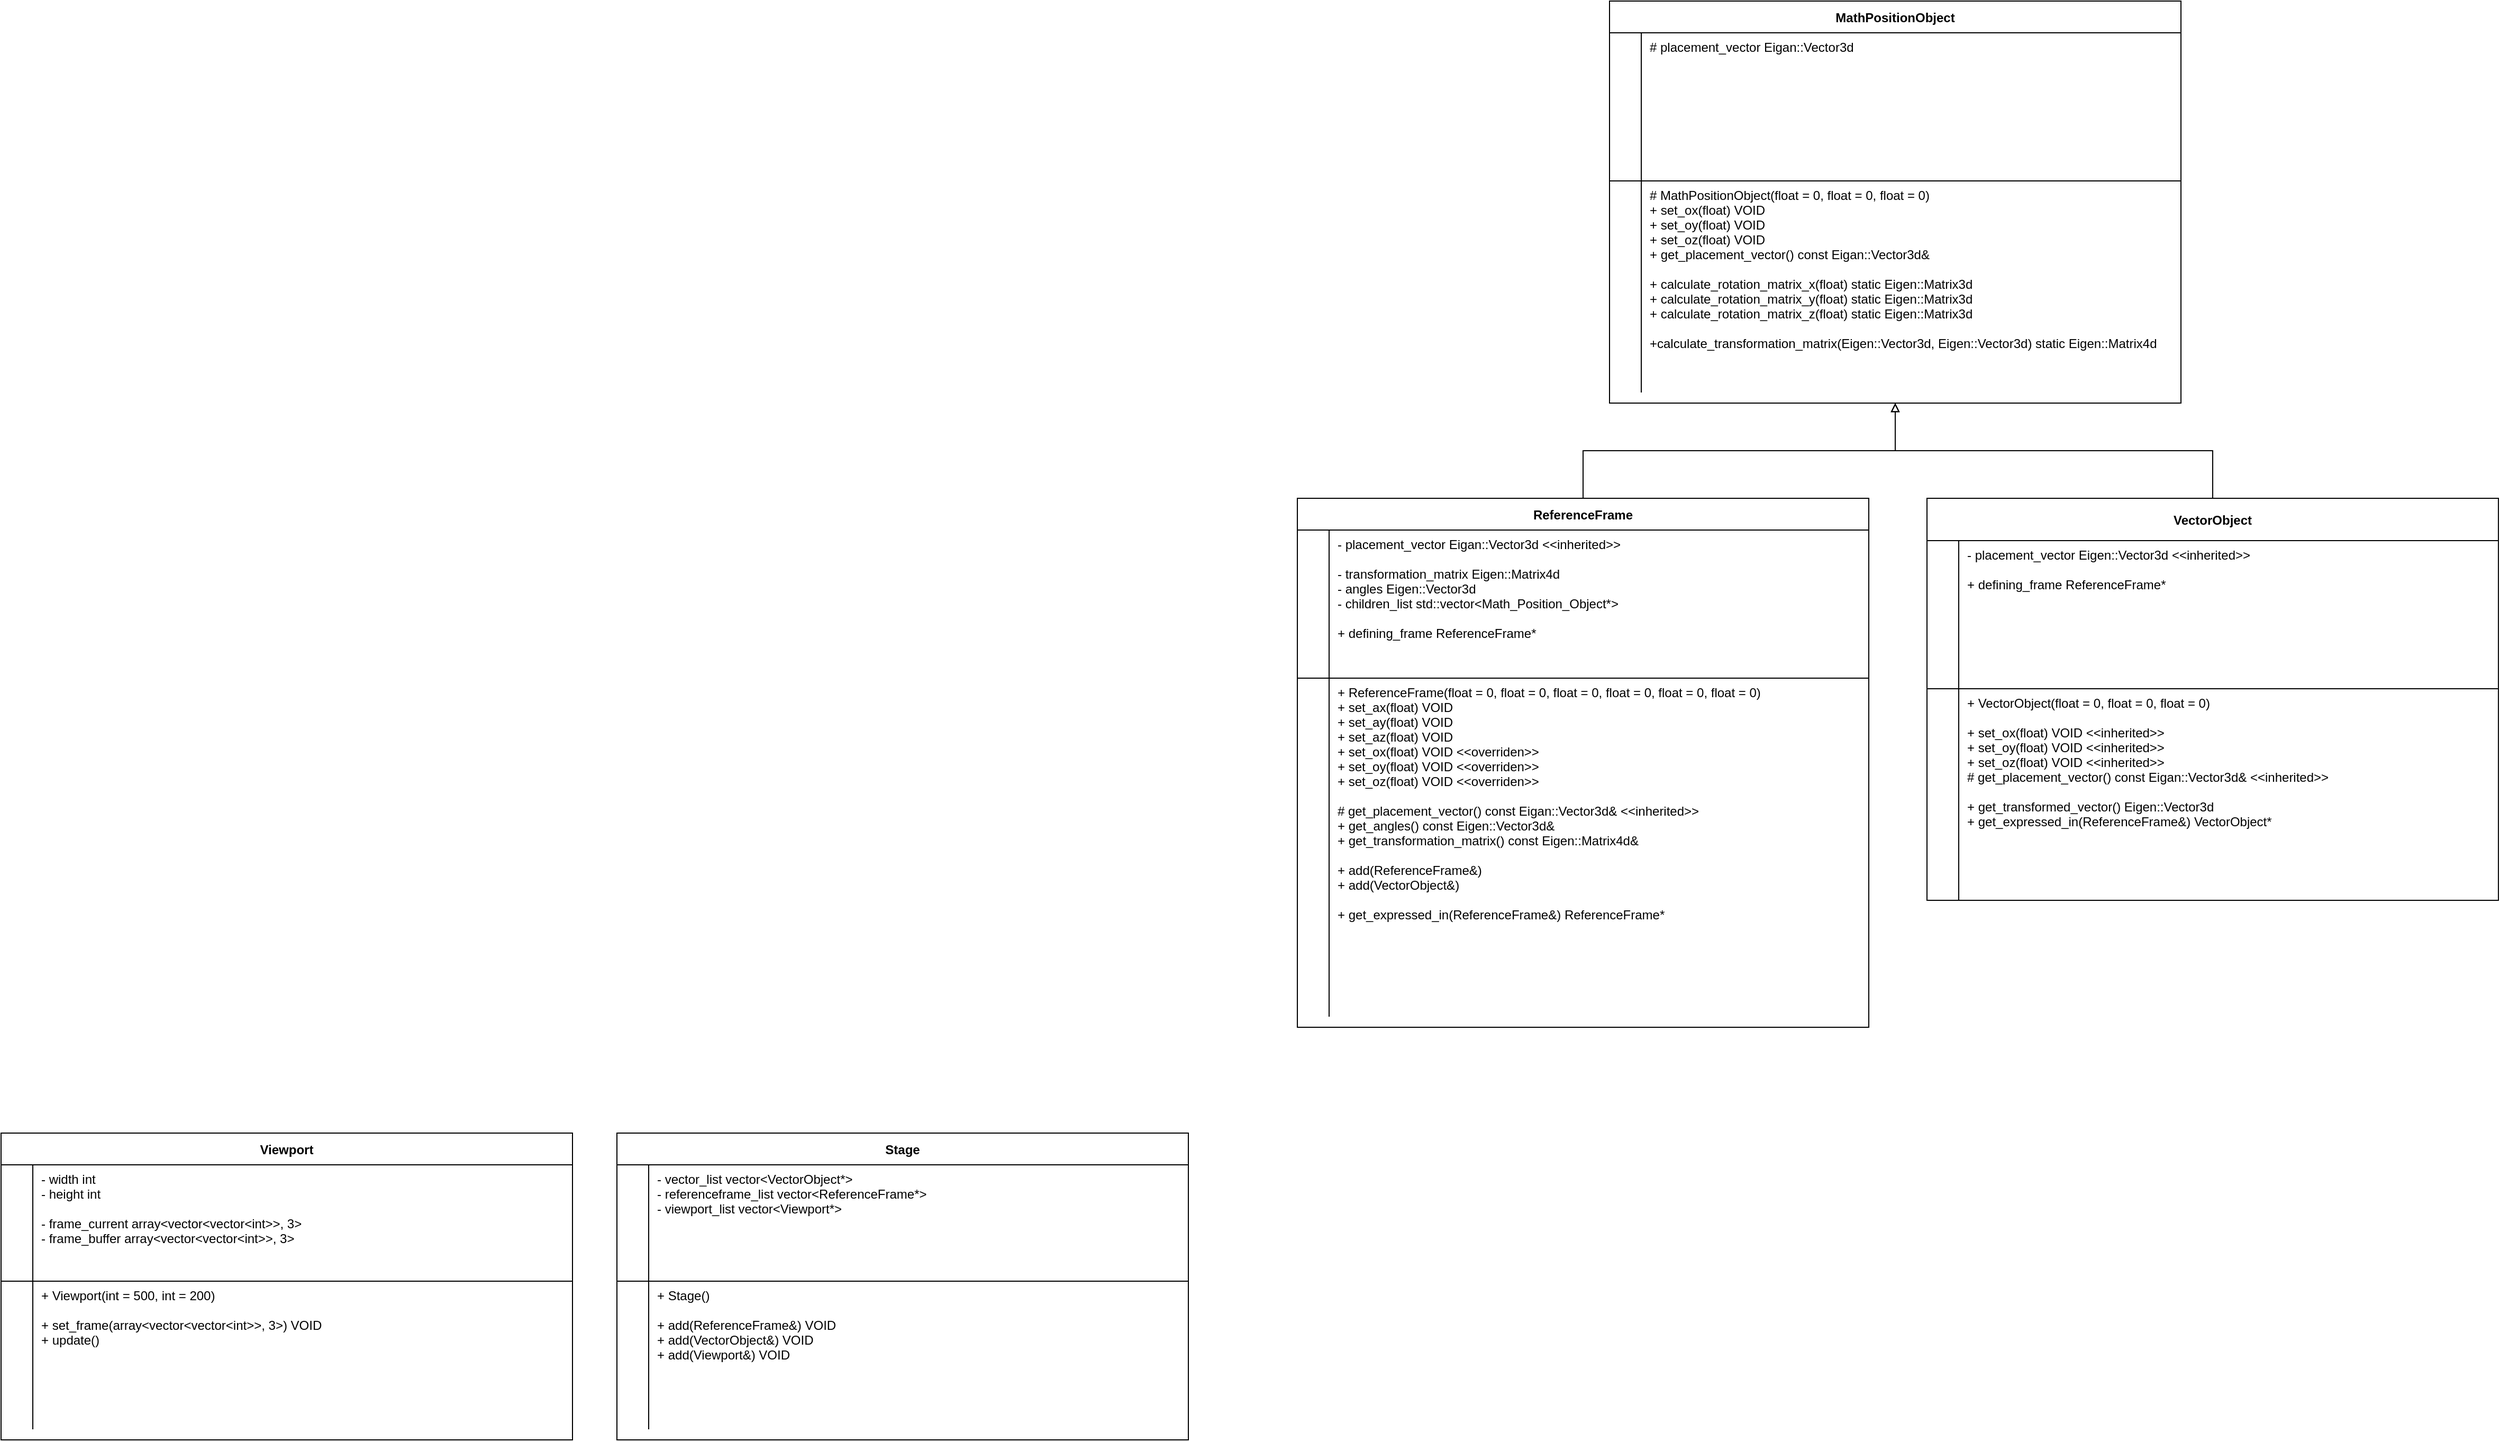
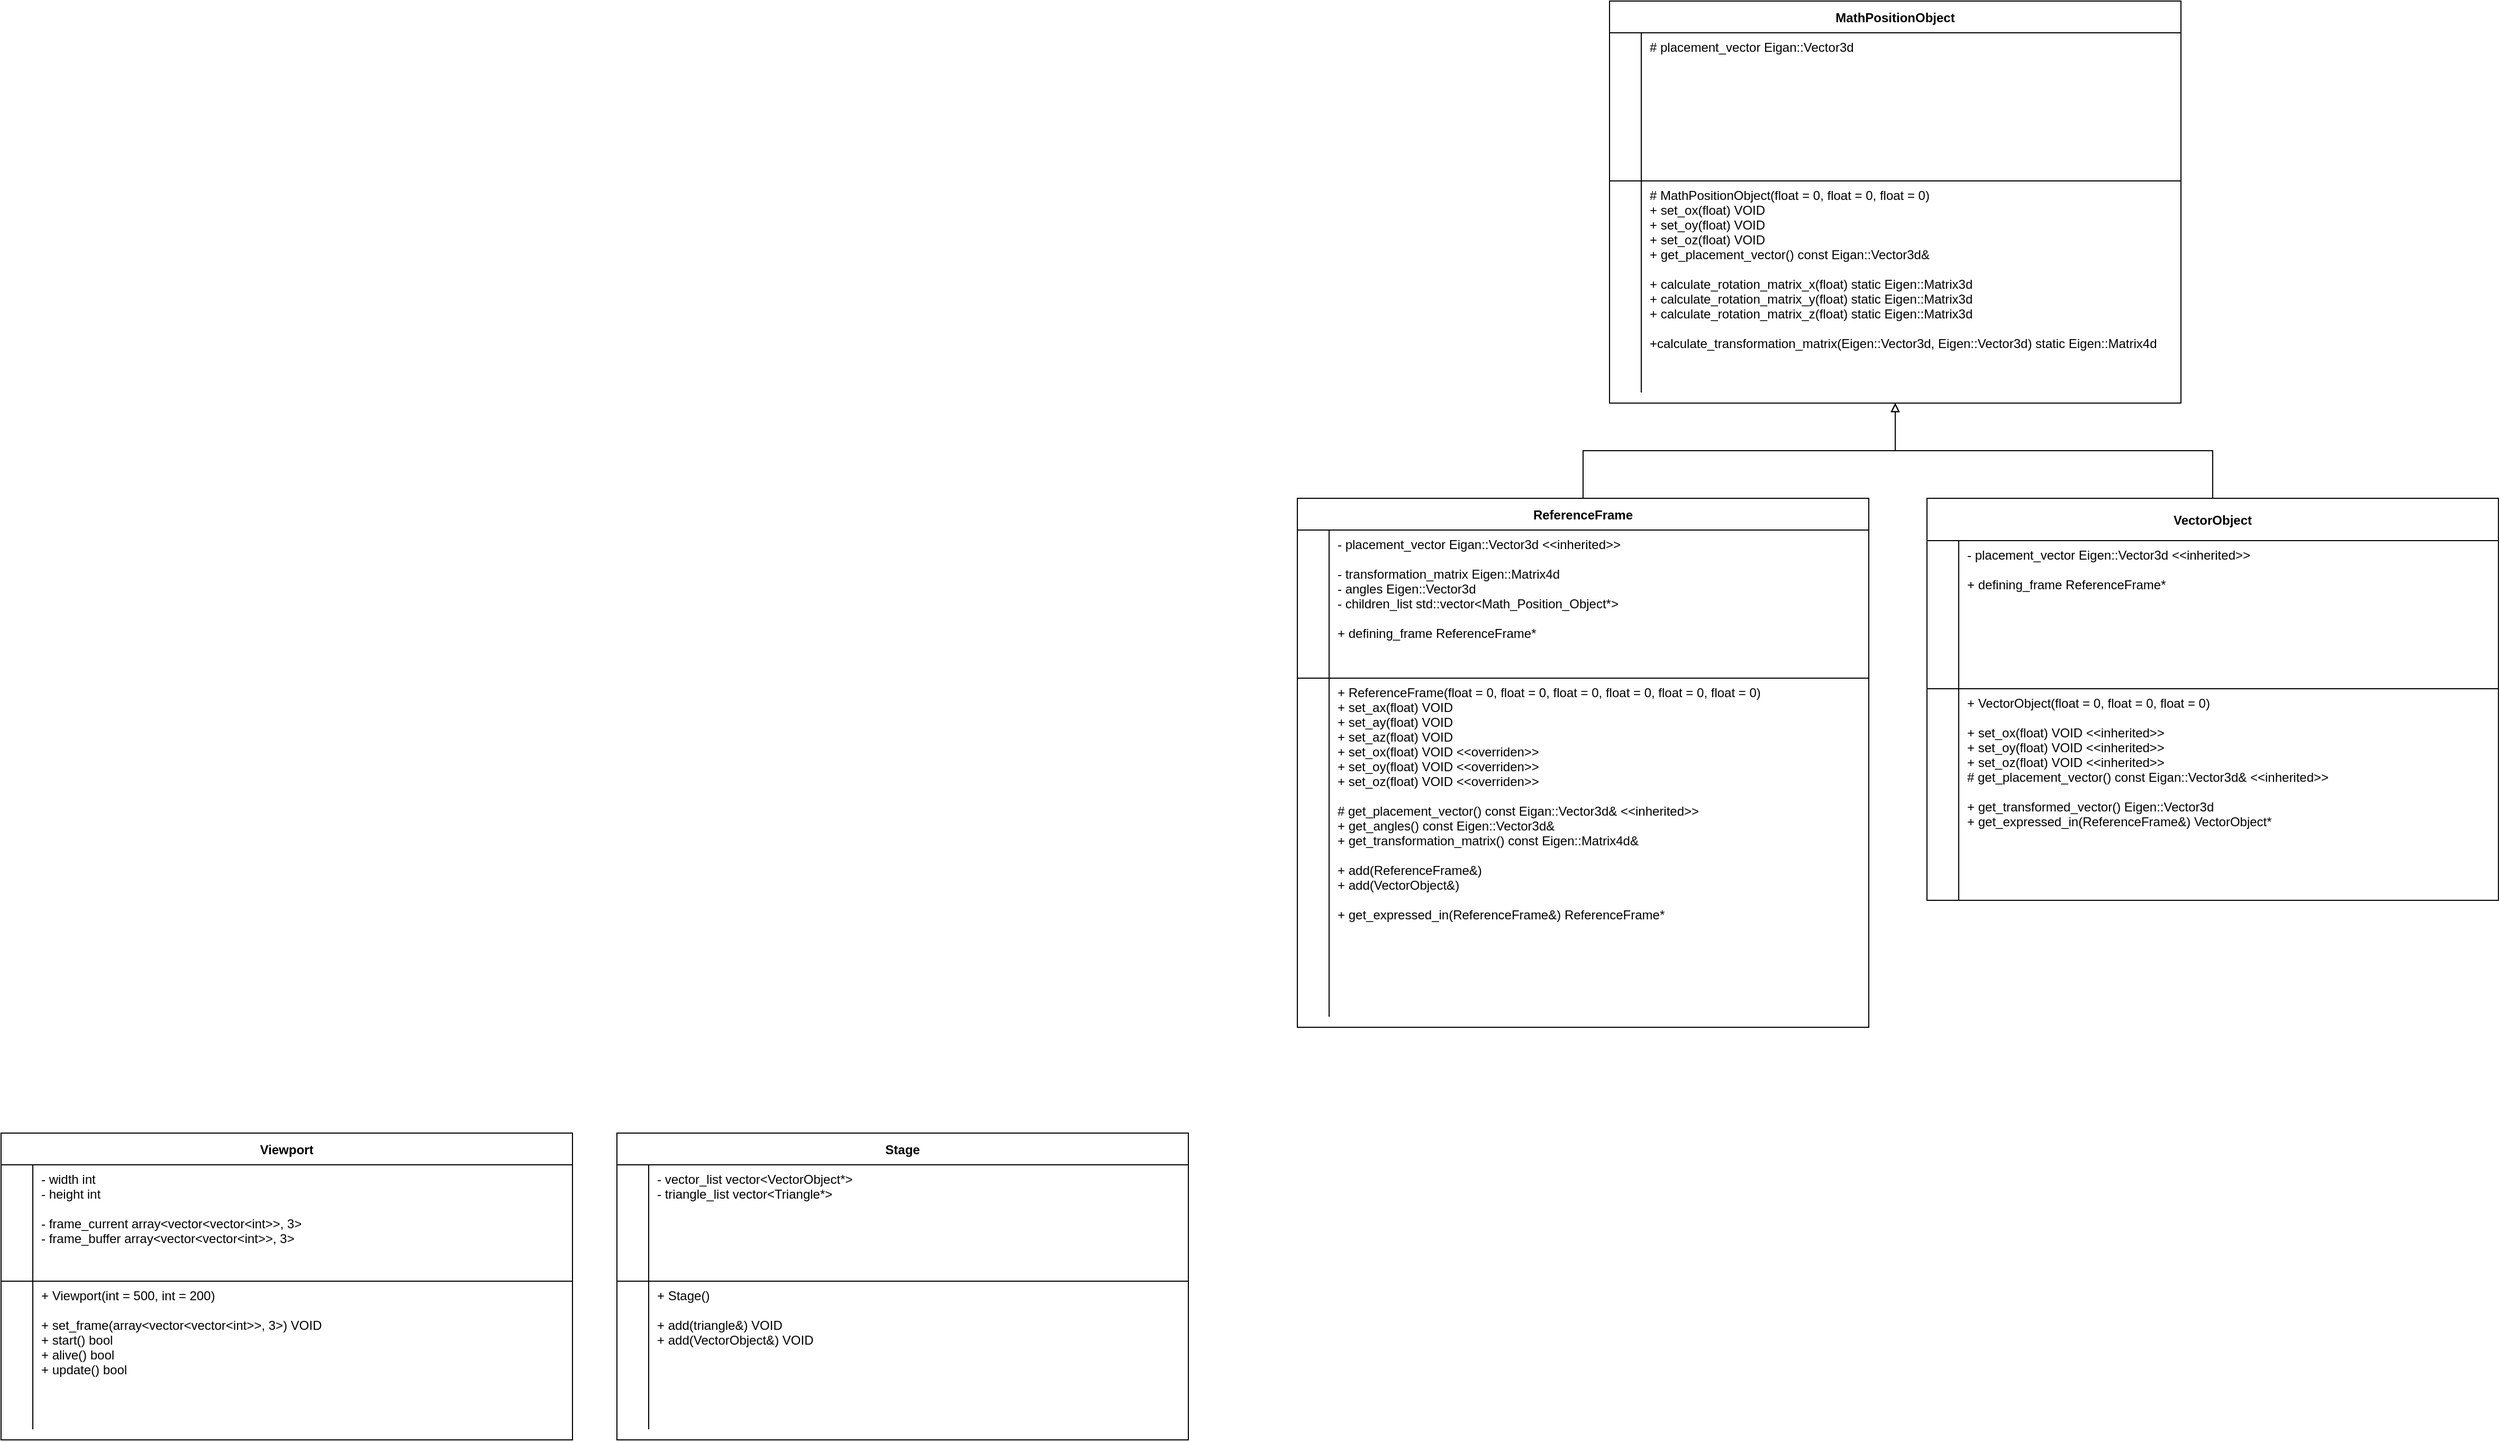
- <mxfile host="app.diagrams.net" modified="2024-07-12T13:17:55.157Z" agent="Mozilla/5.0 (Windows NT 10.0; Win64; x64) AppleWebKit/537.36 (KHTML, like Gecko) Chrome/126.0.0.0 Safari/537.36" version="24.6.4" etag="ja4IhKB87yqS3VWQHMbq" type="github">
+ <mxfile host="app.diagrams.net" modified="2024-07-12T22:18:04.788Z" agent="Mozilla/5.0 (Windows NT 10.0; Win64; x64) AppleWebKit/537.36 (KHTML, like Gecko) Chrome/126.0.0.0 Safari/537.36" version="24.6.4" etag="ta2DFaPxySPGfT0LQfEj" type="github">
  <diagram id="R2lEEEUBdFMjLlhIrx00" name="Page-1">
    <mxGraphModel dx="2313" dy="1714" grid="1" gridSize="10" guides="1" tooltips="1" connect="1" arrows="1" fold="1" page="1" pageScale="1" pageWidth="850" pageHeight="1100" math="0" shadow="0" extFonts="Permanent Marker^https://fonts.googleapis.com/css?family=Permanent+Marker">
      <root>
        <mxCell id="0" />
        <mxCell id="1" parent="0" />
        <mxCell id="okh86VpJrS4wdpOfNebr-22" style="edgeStyle=orthogonalEdgeStyle;rounded=0;orthogonalLoop=1;jettySize=auto;html=1;exitX=0.5;exitY=0;exitDx=0;exitDy=0;entryX=0.5;entryY=1;entryDx=0;entryDy=0;endArrow=block;endFill=0;" parent="1" source="C-vyLk0tnHw3VtMMgP7b-23" target="okh86VpJrS4wdpOfNebr-15" edge="1">
          <mxGeometry relative="1" as="geometry" />
        </mxCell>
        <mxCell id="C-vyLk0tnHw3VtMMgP7b-23" value="ReferenceFrame" style="shape=table;startSize=30;container=1;collapsible=1;childLayout=tableLayout;fixedRows=1;rowLines=0;fontStyle=1;align=center;resizeLast=1;" parent="1" vertex="1">
          <mxGeometry x="155" y="10" width="540" height="500" as="geometry">
            <mxRectangle x="20" y="120" width="140" height="30" as="alternateBounds" />
          </mxGeometry>
        </mxCell>
        <mxCell id="C-vyLk0tnHw3VtMMgP7b-24" value="" style="shape=partialRectangle;collapsible=0;dropTarget=0;pointerEvents=0;fillColor=none;points=[[0,0.5],[1,0.5]];portConstraint=eastwest;top=0;left=0;right=0;bottom=1;" parent="C-vyLk0tnHw3VtMMgP7b-23" vertex="1">
          <mxGeometry y="30" width="540" height="140" as="geometry" />
        </mxCell>
        <mxCell id="C-vyLk0tnHw3VtMMgP7b-25" value="" style="shape=partialRectangle;overflow=hidden;connectable=0;fillColor=none;top=0;left=0;bottom=0;right=0;fontStyle=1;" parent="C-vyLk0tnHw3VtMMgP7b-24" vertex="1">
          <mxGeometry width="30" height="140" as="geometry">
            <mxRectangle width="30" height="140" as="alternateBounds" />
          </mxGeometry>
        </mxCell>
        <mxCell id="C-vyLk0tnHw3VtMMgP7b-26" value="- placement_vector Eigan::Vector3d &lt;&lt;inherited&gt;&gt;&#xa;&#xa;- transformation_matrix Eigen::Matrix4d&#xa;- angles Eigen::Vector3d&#xa;- children_list std::vector&lt;Math_Position_Object*&gt;&#xa;&#xa;+ defining_frame ReferenceFrame*&#xa;" style="shape=partialRectangle;overflow=hidden;connectable=0;fillColor=none;top=0;left=0;bottom=0;right=0;align=left;spacingLeft=6;fontStyle=0;verticalAlign=top;" parent="C-vyLk0tnHw3VtMMgP7b-24" vertex="1">
          <mxGeometry x="30" width="510" height="140" as="geometry">
            <mxRectangle width="510" height="140" as="alternateBounds" />
          </mxGeometry>
        </mxCell>
        <mxCell id="C-vyLk0tnHw3VtMMgP7b-27" value="" style="shape=partialRectangle;collapsible=0;dropTarget=0;pointerEvents=0;fillColor=none;points=[[0,0.5],[1,0.5]];portConstraint=eastwest;top=0;left=0;right=0;bottom=0;" parent="C-vyLk0tnHw3VtMMgP7b-23" vertex="1">
          <mxGeometry y="170" width="540" height="320" as="geometry" />
        </mxCell>
        <mxCell id="C-vyLk0tnHw3VtMMgP7b-28" value="" style="shape=partialRectangle;overflow=hidden;connectable=0;fillColor=none;top=0;left=0;bottom=0;right=0;" parent="C-vyLk0tnHw3VtMMgP7b-27" vertex="1">
          <mxGeometry width="30" height="320" as="geometry">
            <mxRectangle width="30" height="320" as="alternateBounds" />
          </mxGeometry>
        </mxCell>
        <mxCell id="C-vyLk0tnHw3VtMMgP7b-29" value="+ ReferenceFrame(float = 0, float = 0, float = 0, float = 0, float = 0, float = 0)&#xa;+ set_ax(float) VOID&#xa;+ set_ay(float) VOID&#xa;+ set_az(float) VOID&#xa;+ set_ox(float) VOID &lt;&lt;overriden&gt;&gt;&#xa;+ set_oy(float) VOID &lt;&lt;overriden&gt;&gt;&#xa;+ set_oz(float) VOID &lt;&lt;overriden&gt;&gt;&#xa;&#xa;# get_placement_vector() const Eigan::Vector3d&amp; &lt;&lt;inherited&gt;&gt;&#xa;+ get_angles() const Eigen::Vector3d&amp;&#xa;+ get_transformation_matrix() const Eigen::Matrix4d&amp;&#xa;&#xa;+ add(ReferenceFrame&amp;)&#xa;+ add(VectorObject&amp;)&#xa;&#xa;+ get_expressed_in(ReferenceFrame&amp;) ReferenceFrame*&#xa;" style="shape=partialRectangle;overflow=hidden;connectable=0;fillColor=none;top=0;left=0;bottom=0;right=0;align=left;spacingLeft=6;verticalAlign=top;" parent="C-vyLk0tnHw3VtMMgP7b-27" vertex="1">
          <mxGeometry x="30" width="510" height="320" as="geometry">
            <mxRectangle width="510" height="320" as="alternateBounds" />
          </mxGeometry>
        </mxCell>
        <mxCell id="okh86VpJrS4wdpOfNebr-24" style="edgeStyle=orthogonalEdgeStyle;rounded=0;orthogonalLoop=1;jettySize=auto;html=1;entryX=0.5;entryY=1;entryDx=0;entryDy=0;endArrow=block;endFill=0;" parent="1" source="okh86VpJrS4wdpOfNebr-8" target="okh86VpJrS4wdpOfNebr-15" edge="1">
          <mxGeometry relative="1" as="geometry" />
        </mxCell>
        <mxCell id="okh86VpJrS4wdpOfNebr-8" value="VectorObject" style="shape=table;startSize=40;container=1;collapsible=1;childLayout=tableLayout;fixedRows=1;rowLines=0;fontStyle=1;align=center;resizeLast=1;" parent="1" vertex="1">
          <mxGeometry x="750" y="10" width="540" height="380" as="geometry">
            <mxRectangle x="20" y="120" width="140" height="30" as="alternateBounds" />
          </mxGeometry>
        </mxCell>
        <mxCell id="okh86VpJrS4wdpOfNebr-9" value="" style="shape=partialRectangle;collapsible=0;dropTarget=0;pointerEvents=0;fillColor=none;points=[[0,0.5],[1,0.5]];portConstraint=eastwest;top=0;left=0;right=0;bottom=1;" parent="okh86VpJrS4wdpOfNebr-8" vertex="1">
          <mxGeometry y="40" width="540" height="140" as="geometry" />
        </mxCell>
        <mxCell id="okh86VpJrS4wdpOfNebr-10" value="" style="shape=partialRectangle;overflow=hidden;connectable=0;fillColor=none;top=0;left=0;bottom=0;right=0;fontStyle=1;" parent="okh86VpJrS4wdpOfNebr-9" vertex="1">
          <mxGeometry width="30" height="140" as="geometry">
            <mxRectangle width="30" height="140" as="alternateBounds" />
          </mxGeometry>
        </mxCell>
        <mxCell id="okh86VpJrS4wdpOfNebr-11" value="- placement_vector Eigen::Vector3d &lt;&lt;inherited&gt;&gt;&#xa;&#xa;+ defining_frame ReferenceFrame*&#xa;" style="shape=partialRectangle;overflow=hidden;connectable=0;fillColor=none;top=0;left=0;bottom=0;right=0;align=left;spacingLeft=6;fontStyle=0;verticalAlign=top;" parent="okh86VpJrS4wdpOfNebr-9" vertex="1">
          <mxGeometry x="30" width="510" height="140" as="geometry">
            <mxRectangle width="510" height="140" as="alternateBounds" />
          </mxGeometry>
        </mxCell>
        <mxCell id="okh86VpJrS4wdpOfNebr-12" value="" style="shape=partialRectangle;collapsible=0;dropTarget=0;pointerEvents=0;fillColor=none;points=[[0,0.5],[1,0.5]];portConstraint=eastwest;top=0;left=0;right=0;bottom=0;" parent="okh86VpJrS4wdpOfNebr-8" vertex="1">
          <mxGeometry y="180" width="540" height="200" as="geometry" />
        </mxCell>
        <mxCell id="okh86VpJrS4wdpOfNebr-13" value="" style="shape=partialRectangle;overflow=hidden;connectable=0;fillColor=none;top=0;left=0;bottom=0;right=0;" parent="okh86VpJrS4wdpOfNebr-12" vertex="1">
          <mxGeometry width="30" height="200" as="geometry">
            <mxRectangle width="30" height="200" as="alternateBounds" />
          </mxGeometry>
        </mxCell>
        <mxCell id="okh86VpJrS4wdpOfNebr-14" value="+ VectorObject(float = 0, float = 0, float = 0)&#xa;&#xa;+ set_ox(float) VOID &lt;&lt;inherited&gt;&gt;&#xa;+ set_oy(float) VOID &lt;&lt;inherited&gt;&gt;&#xa;+ set_oz(float) VOID &lt;&lt;inherited&gt;&gt;&#xa;# get_placement_vector() const Eigan::Vector3d&amp; &lt;&lt;inherited&gt;&gt;&#xa;&#xa;+ get_transformed_vector() Eigen::Vector3d&#xa;+ get_expressed_in(ReferenceFrame&amp;) VectorObject*&#xa;" style="shape=partialRectangle;overflow=hidden;connectable=0;fillColor=none;top=0;left=0;bottom=0;right=0;align=left;spacingLeft=6;verticalAlign=top;" parent="okh86VpJrS4wdpOfNebr-12" vertex="1">
          <mxGeometry x="30" width="510" height="200" as="geometry">
            <mxRectangle width="510" height="200" as="alternateBounds" />
          </mxGeometry>
        </mxCell>
        <mxCell id="okh86VpJrS4wdpOfNebr-15" value="MathPositionObject" style="shape=table;startSize=30;container=1;collapsible=1;childLayout=tableLayout;fixedRows=1;rowLines=0;fontStyle=1;align=center;resizeLast=1;" parent="1" vertex="1">
          <mxGeometry x="450" y="-460" width="540" height="380" as="geometry">
            <mxRectangle x="20" y="120" width="140" height="30" as="alternateBounds" />
          </mxGeometry>
        </mxCell>
        <mxCell id="okh86VpJrS4wdpOfNebr-16" value="" style="shape=partialRectangle;collapsible=0;dropTarget=0;pointerEvents=0;fillColor=none;points=[[0,0.5],[1,0.5]];portConstraint=eastwest;top=0;left=0;right=0;bottom=1;" parent="okh86VpJrS4wdpOfNebr-15" vertex="1">
          <mxGeometry y="30" width="540" height="140" as="geometry" />
        </mxCell>
        <mxCell id="okh86VpJrS4wdpOfNebr-17" value="" style="shape=partialRectangle;overflow=hidden;connectable=0;fillColor=none;top=0;left=0;bottom=0;right=0;fontStyle=1;" parent="okh86VpJrS4wdpOfNebr-16" vertex="1">
          <mxGeometry width="30" height="140" as="geometry">
            <mxRectangle width="30" height="140" as="alternateBounds" />
          </mxGeometry>
        </mxCell>
        <mxCell id="okh86VpJrS4wdpOfNebr-18" value="# placement_vector Eigan::Vector3d" style="shape=partialRectangle;overflow=hidden;connectable=0;fillColor=none;top=0;left=0;bottom=0;right=0;align=left;spacingLeft=6;fontStyle=0;verticalAlign=top;" parent="okh86VpJrS4wdpOfNebr-16" vertex="1">
          <mxGeometry x="30" width="510" height="140" as="geometry">
            <mxRectangle width="510" height="140" as="alternateBounds" />
          </mxGeometry>
        </mxCell>
        <mxCell id="okh86VpJrS4wdpOfNebr-19" value="" style="shape=partialRectangle;collapsible=0;dropTarget=0;pointerEvents=0;fillColor=none;points=[[0,0.5],[1,0.5]];portConstraint=eastwest;top=0;left=0;right=0;bottom=0;" parent="okh86VpJrS4wdpOfNebr-15" vertex="1">
          <mxGeometry y="170" width="540" height="200" as="geometry" />
        </mxCell>
        <mxCell id="okh86VpJrS4wdpOfNebr-20" value="" style="shape=partialRectangle;overflow=hidden;connectable=0;fillColor=none;top=0;left=0;bottom=0;right=0;" parent="okh86VpJrS4wdpOfNebr-19" vertex="1">
          <mxGeometry width="30" height="200" as="geometry">
            <mxRectangle width="30" height="200" as="alternateBounds" />
          </mxGeometry>
        </mxCell>
        <mxCell id="okh86VpJrS4wdpOfNebr-21" value="# MathPositionObject(float = 0, float = 0, float = 0)&#xa;+ set_ox(float) VOID&#xa;+ set_oy(float) VOID&#xa;+ set_oz(float) VOID&#xa;+ get_placement_vector() const Eigan::Vector3d&amp;&#xa;&#xa;+ calculate_rotation_matrix_x(float) static Eigen::Matrix3d&#xa;+ calculate_rotation_matrix_y(float) static Eigen::Matrix3d&#xa;+ calculate_rotation_matrix_z(float) static Eigen::Matrix3d&#xa;&#xa;+calculate_transformation_matrix(Eigen::Vector3d, Eigen::Vector3d) static Eigen::Matrix4d" style="shape=partialRectangle;overflow=hidden;connectable=0;fillColor=none;top=0;left=0;bottom=0;right=0;align=left;spacingLeft=6;verticalAlign=top;" parent="okh86VpJrS4wdpOfNebr-19" vertex="1">
          <mxGeometry x="30" width="510" height="200" as="geometry">
            <mxRectangle width="510" height="200" as="alternateBounds" />
          </mxGeometry>
        </mxCell>
        <mxCell id="r-bQ3TE7wEd79o4w3r_l-1" value="Viewport" style="shape=table;startSize=30;container=1;collapsible=1;childLayout=tableLayout;fixedRows=1;rowLines=0;fontStyle=1;align=center;resizeLast=1;" vertex="1" parent="1">
          <mxGeometry x="-1070" y="610" width="540" height="290.0000000000002" as="geometry">
            <mxRectangle x="20" y="120" width="140" height="30" as="alternateBounds" />
          </mxGeometry>
        </mxCell>
        <mxCell id="r-bQ3TE7wEd79o4w3r_l-2" value="" style="shape=partialRectangle;collapsible=0;dropTarget=0;pointerEvents=0;fillColor=none;points=[[0,0.5],[1,0.5]];portConstraint=eastwest;top=0;left=0;right=0;bottom=1;" vertex="1" parent="r-bQ3TE7wEd79o4w3r_l-1">
          <mxGeometry y="30" width="540" height="110" as="geometry" />
        </mxCell>
        <mxCell id="r-bQ3TE7wEd79o4w3r_l-3" value="" style="shape=partialRectangle;overflow=hidden;connectable=0;fillColor=none;top=0;left=0;bottom=0;right=0;fontStyle=1;" vertex="1" parent="r-bQ3TE7wEd79o4w3r_l-2">
          <mxGeometry width="30" height="110" as="geometry">
            <mxRectangle width="30" height="110" as="alternateBounds" />
          </mxGeometry>
        </mxCell>
        <mxCell id="r-bQ3TE7wEd79o4w3r_l-4" value="- width int&#xa;- height int&#xa;&#xa;- frame_current array&lt;vector&lt;vector&lt;int&gt;&gt;, 3&gt;&#xa;- frame_buffer array&lt;vector&lt;vector&lt;int&gt;&gt;, 3&gt;" style="shape=partialRectangle;overflow=hidden;connectable=0;fillColor=none;top=0;left=0;bottom=0;right=0;align=left;spacingLeft=6;fontStyle=0;verticalAlign=top;" vertex="1" parent="r-bQ3TE7wEd79o4w3r_l-2">
          <mxGeometry x="30" width="510" height="110" as="geometry">
            <mxRectangle width="510" height="110" as="alternateBounds" />
          </mxGeometry>
        </mxCell>
        <mxCell id="r-bQ3TE7wEd79o4w3r_l-5" value="" style="shape=partialRectangle;collapsible=0;dropTarget=0;pointerEvents=0;fillColor=none;points=[[0,0.5],[1,0.5]];portConstraint=eastwest;top=0;left=0;right=0;bottom=0;" vertex="1" parent="r-bQ3TE7wEd79o4w3r_l-1">
          <mxGeometry y="140" width="540" height="140" as="geometry" />
        </mxCell>
        <mxCell id="r-bQ3TE7wEd79o4w3r_l-6" value="" style="shape=partialRectangle;overflow=hidden;connectable=0;fillColor=none;top=0;left=0;bottom=0;right=0;" vertex="1" parent="r-bQ3TE7wEd79o4w3r_l-5">
          <mxGeometry width="30" height="140" as="geometry">
            <mxRectangle width="30" height="140" as="alternateBounds" />
          </mxGeometry>
        </mxCell>
-         <mxCell id="r-bQ3TE7wEd79o4w3r_l-7" value="+ Viewport(int = 500, int = 200)&#xa;&#xa;+ set_frame(array&lt;vector&lt;vector&lt;int&gt;&gt;, 3&gt;) VOID&#xa;+ update()&#xa;&#xa;" style="shape=partialRectangle;overflow=hidden;connectable=0;fillColor=none;top=0;left=0;bottom=0;right=0;align=left;spacingLeft=6;verticalAlign=top;" vertex="1" parent="r-bQ3TE7wEd79o4w3r_l-5">
+         <mxCell id="r-bQ3TE7wEd79o4w3r_l-7" value="+ Viewport(int = 500, int = 200)&#xa;&#xa;+ set_frame(array&lt;vector&lt;vector&lt;int&gt;&gt;, 3&gt;) VOID&#xa;+ start() bool&#xa;+ alive() bool&#xa;+ update() bool&#xa;&#xa;" style="shape=partialRectangle;overflow=hidden;connectable=0;fillColor=none;top=0;left=0;bottom=0;right=0;align=left;spacingLeft=6;verticalAlign=top;" vertex="1" parent="r-bQ3TE7wEd79o4w3r_l-5">
          <mxGeometry x="30" width="510" height="140" as="geometry">
            <mxRectangle width="510" height="140" as="alternateBounds" />
          </mxGeometry>
        </mxCell>
        <mxCell id="r-bQ3TE7wEd79o4w3r_l-8" value="Stage" style="shape=table;startSize=30;container=1;collapsible=1;childLayout=tableLayout;fixedRows=1;rowLines=0;fontStyle=1;align=center;resizeLast=1;" vertex="1" parent="1">
          <mxGeometry x="-488" y="610" width="540" height="290.0000000000002" as="geometry">
            <mxRectangle x="20" y="120" width="140" height="30" as="alternateBounds" />
          </mxGeometry>
        </mxCell>
        <mxCell id="r-bQ3TE7wEd79o4w3r_l-9" value="" style="shape=partialRectangle;collapsible=0;dropTarget=0;pointerEvents=0;fillColor=none;points=[[0,0.5],[1,0.5]];portConstraint=eastwest;top=0;left=0;right=0;bottom=1;" vertex="1" parent="r-bQ3TE7wEd79o4w3r_l-8">
          <mxGeometry y="30" width="540" height="110" as="geometry" />
        </mxCell>
        <mxCell id="r-bQ3TE7wEd79o4w3r_l-10" value="" style="shape=partialRectangle;overflow=hidden;connectable=0;fillColor=none;top=0;left=0;bottom=0;right=0;fontStyle=1;" vertex="1" parent="r-bQ3TE7wEd79o4w3r_l-9">
          <mxGeometry width="30" height="110" as="geometry">
            <mxRectangle width="30" height="110" as="alternateBounds" />
          </mxGeometry>
        </mxCell>
-         <mxCell id="r-bQ3TE7wEd79o4w3r_l-11" value="- vector_list vector&lt;VectorObject*&gt;&#xa;- referenceframe_list vector&lt;ReferenceFrame*&gt;&#xa;- viewport_list vector&lt;Viewport*&gt;" style="shape=partialRectangle;overflow=hidden;connectable=0;fillColor=none;top=0;left=0;bottom=0;right=0;align=left;spacingLeft=6;fontStyle=0;verticalAlign=top;" vertex="1" parent="r-bQ3TE7wEd79o4w3r_l-9">
+         <mxCell id="r-bQ3TE7wEd79o4w3r_l-11" value="- vector_list vector&lt;VectorObject*&gt;&#xa;- triangle_list vector&lt;Triangle*&gt;" style="shape=partialRectangle;overflow=hidden;connectable=0;fillColor=none;top=0;left=0;bottom=0;right=0;align=left;spacingLeft=6;fontStyle=0;verticalAlign=top;" vertex="1" parent="r-bQ3TE7wEd79o4w3r_l-9">
          <mxGeometry x="30" width="510" height="110" as="geometry">
            <mxRectangle width="510" height="110" as="alternateBounds" />
          </mxGeometry>
        </mxCell>
        <mxCell id="r-bQ3TE7wEd79o4w3r_l-12" value="" style="shape=partialRectangle;collapsible=0;dropTarget=0;pointerEvents=0;fillColor=none;points=[[0,0.5],[1,0.5]];portConstraint=eastwest;top=0;left=0;right=0;bottom=0;" vertex="1" parent="r-bQ3TE7wEd79o4w3r_l-8">
          <mxGeometry y="140" width="540" height="140" as="geometry" />
        </mxCell>
        <mxCell id="r-bQ3TE7wEd79o4w3r_l-13" value="" style="shape=partialRectangle;overflow=hidden;connectable=0;fillColor=none;top=0;left=0;bottom=0;right=0;" vertex="1" parent="r-bQ3TE7wEd79o4w3r_l-12">
          <mxGeometry width="30" height="140" as="geometry">
            <mxRectangle width="30" height="140" as="alternateBounds" />
          </mxGeometry>
        </mxCell>
-         <mxCell id="r-bQ3TE7wEd79o4w3r_l-14" value="+ Stage()&#xa;&#xa;+ add(ReferenceFrame&amp;) VOID&#xa;+ add(VectorObject&amp;) VOID&#xa;+ add(Viewport&amp;) VOID&#xa;" style="shape=partialRectangle;overflow=hidden;connectable=0;fillColor=none;top=0;left=0;bottom=0;right=0;align=left;spacingLeft=6;verticalAlign=top;" vertex="1" parent="r-bQ3TE7wEd79o4w3r_l-12">
+         <mxCell id="r-bQ3TE7wEd79o4w3r_l-14" value="+ Stage()&#xa;&#xa;+ add(triangle&amp;) VOID&#xa;+ add(VectorObject&amp;) VOID&#xa;" style="shape=partialRectangle;overflow=hidden;connectable=0;fillColor=none;top=0;left=0;bottom=0;right=0;align=left;spacingLeft=6;verticalAlign=top;" vertex="1" parent="r-bQ3TE7wEd79o4w3r_l-12">
          <mxGeometry x="30" width="510" height="140" as="geometry">
            <mxRectangle width="510" height="140" as="alternateBounds" />
          </mxGeometry>
        </mxCell>
      </root>
    </mxGraphModel>
  </diagram>
</mxfile>
